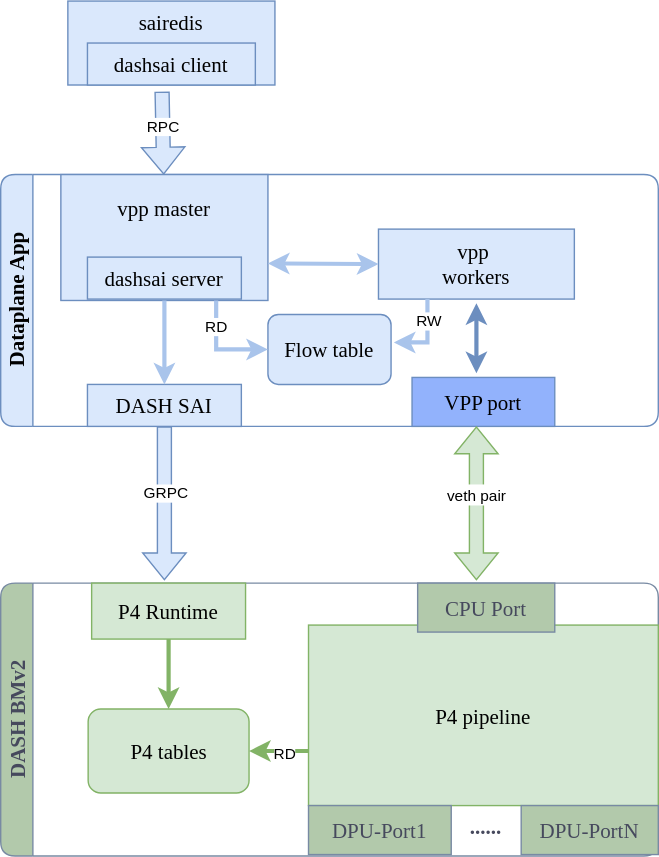
This is documentation/dataplane/images/dash-bmv2-data-plane-app-arch.drawio.svg from sonic-net/DASH, a draw.io export, as it was before one commit. Source tidied: cells renumbered, new cells last; positions are measured from the earlier drawing's top-left corner, leaving out a move shared by most shapes. Source of this version:
```xml
<mxGraphModel>
  <root>
    <mxCell id="0" />
    <mxCell id="1" parent="0" />
    <mxCell id="2" value="DASH BMv2" style="swimlane;horizontal=0;whiteSpace=wrap;html=1;rounded=1;labelBorderColor=none;strokeColor=#788AA3;fontFamily=Consolas,Monaco;fontSize=15;fontColor=#46495D;startSize=23;fillColor=#B2C9AB;swimlaneFillColor=#FFFFFF;gradientColor=none;" parent="1" vertex="1">
      <mxGeometry y="416" width="470" height="195" as="geometry" />
    </mxCell>
    <mxCell id="3" value="P4 tables" style="text;html=1;align=center;verticalAlign=middle;whiteSpace=wrap;rounded=1;fillColor=#d5e8d4;strokeColor=#82b366;fontSize=15;fontFamily=Consolas,Monaco;spacingLeft=10;spacingRight=10;glass=0;shadow=0;" parent="2" vertex="1">
      <mxGeometry x="62.5" y="90" width="115" height="60" as="geometry" />
    </mxCell>
    <mxCell id="4" value="P4 pipeline" style="text;html=1;align=center;verticalAlign=middle;whiteSpace=wrap;rounded=0;fillColor=#d5e8d4;strokeColor=#82b366;fontSize=15;fontFamily=Consolas,Monaco;spacingLeft=10;spacingRight=10;" parent="2" vertex="1">
      <mxGeometry x="220" y="30" width="250" height="129" as="geometry" />
    </mxCell>
    <mxCell id="5" value="P4 Runtime" style="text;html=1;align=center;verticalAlign=middle;whiteSpace=wrap;rounded=0;fillColor=#d5e8d4;strokeColor=#82b366;fontSize=15;fontFamily=Consolas,Monaco;spacingLeft=10;spacingRight=10;" parent="2" vertex="1">
      <mxGeometry x="65" width="110" height="40" as="geometry" />
    </mxCell>
    <mxCell id="6" value="DPU-Port1" style="rounded=0;whiteSpace=wrap;html=1;strokeColor=#788AA3;fontFamily=Consolas,Monaco;fontSize=15;fontColor=#46495D;startSize=23;fillColor=#B2C9AB;" parent="2" vertex="1">
      <mxGeometry x="220" y="159" width="102" height="35" as="geometry" />
    </mxCell>
    <mxCell id="7" value="DPU-PortN" style="rounded=0;whiteSpace=wrap;html=1;strokeColor=#788AA3;fontFamily=Consolas,Monaco;fontSize=15;fontColor=#46495D;startSize=23;fillColor=#B2C9AB;" parent="2" vertex="1">
      <mxGeometry x="372" y="159" width="98" height="35" as="geometry" />
    </mxCell>
    <mxCell id="8" value="......" style="text;html=1;strokeColor=none;fillColor=none;align=center;verticalAlign=middle;whiteSpace=wrap;rounded=0;fontSize=15;fontFamily=Consolas,Monaco;fontColor=#46495D;fontStyle=1;" parent="2" vertex="1">
      <mxGeometry x="317" y="159" width="60" height="30" as="geometry" />
    </mxCell>
    <mxCell id="9" value="CPU Port" style="rounded=0;whiteSpace=wrap;html=1;strokeColor=#788AA3;fontFamily=Consolas,Monaco;fontSize=15;fontColor=#46495D;startSize=23;fillColor=#B2C9AB;" parent="2" vertex="1">
      <mxGeometry x="298" width="98" height="35" as="geometry" />
    </mxCell>
    <mxCell id="10" style="endArrow=classic;html=1;rounded=0;strokeColor=#82b366;fontFamily=Consolas,Monaco;fontSize=15;fontColor=#46495D;fillColor=#d5e8d4;strokeWidth=3;labelBackgroundColor=#FFFFFF;startArrow=none;startFill=0;exitX=0.5;exitY=1;exitDx=0;exitDy=0;entryX=0.5;entryY=0;entryDx=0;entryDy=0;" parent="2" edge="1" source="5" target="3">
      <mxGeometry x="0.02" relative="1" as="geometry" />
    </mxCell>
    <mxCell id="11" style="endArrow=none;html=1;rounded=0;strokeColor=#82b366;fontFamily=Consolas,Monaco;fontSize=15;fontColor=#46495D;fillColor=#d5e8d4;strokeWidth=3;labelBackgroundColor=#FFFFFF;startArrow=classic;startFill=1;exitX=1;exitY=0.5;exitDx=0;exitDy=0;endFill=0;" parent="2" edge="1" source="3">
      <mxGeometry x="0.02" relative="1" as="geometry">
        <mxPoint x="220" y="120" as="targetPoint" />
      </mxGeometry>
    </mxCell>
    <mxCell id="12" value="RD" style="edgeLabel;html=1;align=center;verticalAlign=middle;" parent="11" vertex="1">
      <mxGeometry x="0.15" y="-1" relative="1" as="geometry">
        <mxPoint x="1" as="offset" />
      </mxGeometry>
    </mxCell>
    <mxCell id="13" value="&lt;div&gt;&lt;br&gt;&lt;/div&gt;&lt;div&gt;&lt;br&gt;&lt;/div&gt;" style="edgeLabel;html=1;align=center;verticalAlign=middle;" parent="11" vertex="1">
      <mxGeometry x="0.01" y="2" relative="1" as="geometry" />
    </mxCell>
    <mxCell id="14" value="Dataplane App" style="swimlane;horizontal=0;whiteSpace=wrap;html=1;rounded=1;labelBorderColor=none;strokeColor=#6c8ebf;fontFamily=Consolas,Monaco;fontSize=15;startSize=23;fillColor=#dae8fc;swimlaneFillColor=#FFFFFF;" parent="1" vertex="1">
      <mxGeometry y="124" width="470" height="180" as="geometry" />
    </mxCell>
    <mxCell id="15" value="VPP port" style="rounded=0;whiteSpace=wrap;html=1;strokeColor=#6c8ebf;fontFamily=Consolas,Monaco;fontSize=15;startSize=23;fillColor=#92B2FC;" parent="14" vertex="1">
      <mxGeometry x="294" y="145" width="102" height="35" as="geometry" />
    </mxCell>
    <mxCell id="16" style="text;html=1;align=center;verticalAlign=middle;whiteSpace=wrap;rounded=0;fillColor=#dae8fc;strokeColor=#6c8ebf;fontSize=15;fontFamily=Consolas,Monaco;spacingLeft=10;spacingRight=10;" parent="14" vertex="1">
      <mxGeometry x="43" width="148" height="90" as="geometry" />
    </mxCell>
    <mxCell id="17" value="vpp&amp;nbsp;&lt;div&gt;workers&lt;/div&gt;" style="text;html=1;align=center;verticalAlign=middle;whiteSpace=wrap;rounded=0;fillColor=#dae8fc;strokeColor=#6c8ebf;fontSize=15;fontFamily=Consolas,Monaco;spacingLeft=10;spacingRight=10;" parent="14" vertex="1">
      <mxGeometry x="270" y="39" width="140" height="50" as="geometry" />
    </mxCell>
    <mxCell id="18" style="endArrow=classic;html=1;rounded=0;strokeColor=#6c8ebf;fontFamily=Consolas,Monaco;fontSize=15;fontColor=#46495D;fillColor=#dae8fc;strokeWidth=3;labelBackgroundColor=#FFFFFF;startArrow=classic;startFill=1;endFill=1;" parent="14" edge="1">
      <mxGeometry x="0.02" relative="1" as="geometry">
        <mxPoint x="340" y="92" as="sourcePoint" />
        <mxPoint x="340" y="142" as="targetPoint" />
      </mxGeometry>
    </mxCell>
    <mxCell id="19" style="endArrow=classic;html=1;rounded=0;strokeColor=#A9C4EB;fontFamily=Consolas,Monaco;fontSize=15;fontColor=#46495D;fillColor=#dae8fc;strokeWidth=3;labelBackgroundColor=#FFFFFF;startArrow=classic;startFill=1;endFill=1;" parent="14" edge="1">
      <mxGeometry x="0.02" relative="1" as="geometry">
        <mxPoint x="270" y="64" as="sourcePoint" />
        <mxPoint x="191" y="63.5" as="targetPoint" />
      </mxGeometry>
    </mxCell>
    <mxCell id="20" value="Flow table" style="text;html=1;align=center;verticalAlign=middle;whiteSpace=wrap;rounded=1;fillColor=#dae8fc;strokeColor=#6c8ebf;fontSize=15;fontFamily=Consolas,Monaco;spacingLeft=10;spacingRight=10;glass=0;shadow=0;" parent="14" vertex="1">
      <mxGeometry x="191" y="100" width="88" height="50" as="geometry" />
    </mxCell>
    <mxCell id="21" style="endArrow=classic;html=1;rounded=0;strokeColor=#A9C4EB;fontFamily=Consolas,Monaco;fontSize=15;fontColor=#46495D;fillColor=#dae8fc;strokeWidth=3;labelBackgroundColor=#FFFFFF;startArrow=none;startFill=0;endFill=1;exitX=0.75;exitY=1;exitDx=0;exitDy=0;entryX=0;entryY=0.5;entryDx=0;entryDy=0;" parent="14" edge="1" source="16" target="20">
      <mxGeometry x="0.02" relative="1" as="geometry">
        <Array as="points">
          <mxPoint x="154" y="125" />
        </Array>
      </mxGeometry>
    </mxCell>
    <mxCell id="22" value="RD" style="edgeLabel;html=1;align=center;verticalAlign=middle;" parent="21" vertex="1">
      <mxGeometry x="-0.5" y="-1" relative="1" as="geometry" />
    </mxCell>
    <mxCell id="23" value="DASH SAI" style="text;html=1;align=center;verticalAlign=middle;whiteSpace=wrap;rounded=0;fillColor=#dae8fc;strokeColor=#6c8ebf;fontSize=15;fontFamily=Consolas,Monaco;spacingLeft=10;spacingRight=10;" parent="14" vertex="1">
      <mxGeometry x="62" y="150" width="110" height="30" as="geometry" />
    </mxCell>
    <mxCell id="24" style="endArrow=classic;html=1;rounded=0;strokeColor=#A9C4EB;fontFamily=Consolas,Monaco;fontSize=15;fontColor=#46495D;fillColor=#dae8fc;strokeWidth=3;labelBackgroundColor=#FFFFFF;startArrow=none;startFill=0;endFill=1;entryX=0.5;entryY=0;entryDx=0;entryDy=0;exitX=0.5;exitY=1;exitDx=0;exitDy=0;" parent="14" edge="1" source="16" target="23">
      <mxGeometry x="0.02" relative="1" as="geometry" />
    </mxCell>
    <mxCell id="25" value="&lt;font face=&quot;Consolas, Monaco&quot; style=&quot;font-size: 15px;&quot;&gt;vpp master&lt;/font&gt;" style="text;html=1;align=center;verticalAlign=middle;whiteSpace=wrap;rounded=0;" parent="14" vertex="1">
      <mxGeometry x="62" y="9" width="110" height="30" as="geometry" />
    </mxCell>
    <mxCell id="26" value="dashsai server" style="text;html=1;align=center;verticalAlign=middle;whiteSpace=wrap;rounded=0;fillColor=#dae8fc;strokeColor=#6c8ebf;fontSize=15;fontFamily=Consolas,Monaco;spacingLeft=10;spacingRight=10;" parent="14" vertex="1">
      <mxGeometry x="62" y="59" width="110" height="30" as="geometry" />
    </mxCell>
    <mxCell id="27" style="shape=flexArrow;endArrow=classic;startArrow=none;html=1;rounded=0;fillColor=#dae8fc;strokeColor=#6c8ebf;startFill=0;exitX=0.5;exitY=1;exitDx=0;exitDy=0;" parent="1" edge="1" source="23">
      <mxGeometry relative="1" as="geometry">
        <mxPoint x="117" y="414" as="targetPoint" />
      </mxGeometry>
    </mxCell>
    <mxCell id="28" value="GRPC" style="edgeLabel;html=1;align=center;verticalAlign=middle;" parent="27" vertex="1">
      <mxGeometry x="-0.15" relative="1" as="geometry" />
    </mxCell>
    <mxCell id="29" style="shape=flexArrow;endArrow=classic;startArrow=classic;html=1;rounded=0;entryX=0.5;entryY=0;entryDx=0;entryDy=0;fillColor=#d5e8d4;strokeColor=#82b366;" parent="1" edge="1">
      <mxGeometry relative="1" as="geometry">
        <mxPoint x="340" y="304" as="sourcePoint" />
        <mxPoint x="340" y="414" as="targetPoint" />
      </mxGeometry>
    </mxCell>
    <mxCell id="30" value="GRPC" style="edgeLabel;html=1;align=center;verticalAlign=middle;" parent="29" vertex="1">
      <mxGeometry x="-0.15" relative="1" as="geometry" />
    </mxCell>
    <mxCell id="31" value="veth pair" style="edgeLabel;html=1;align=center;verticalAlign=middle;" parent="29" vertex="1">
      <mxGeometry x="-0.12" y="-1" relative="1" as="geometry" />
    </mxCell>
    <mxCell id="32" style="shape=flexArrow;endArrow=classic;startArrow=none;html=1;rounded=0;entryX=0.5;entryY=0;entryDx=0;entryDy=0;fillColor=#dae8fc;strokeColor=#6c8ebf;startFill=0;exitX=0.455;exitY=1.078;exitDx=0;exitDy=0;exitPerimeter=0;" parent="1" edge="1" source="34">
      <mxGeometry relative="1" as="geometry">
        <mxPoint x="116.5" y="124" as="targetPoint" />
      </mxGeometry>
    </mxCell>
    <mxCell id="33" value="RPC" style="edgeLabel;html=1;align=center;verticalAlign=middle;" parent="32" vertex="1">
      <mxGeometry x="-0.15" relative="1" as="geometry" />
    </mxCell>
    <mxCell id="34" style="text;html=1;align=center;verticalAlign=middle;whiteSpace=wrap;rounded=0;fillColor=#dae8fc;strokeColor=#6c8ebf;fontSize=15;fontFamily=Consolas,Monaco;spacingLeft=10;spacingRight=10;" parent="1" vertex="1">
      <mxGeometry x="48" width="148" height="60" as="geometry" />
    </mxCell>
    <mxCell id="35" style="endArrow=classic;html=1;rounded=0;strokeColor=#A9C4EB;fontFamily=Consolas,Monaco;fontSize=15;fontColor=#46495D;fillColor=#dae8fc;strokeWidth=3;labelBackgroundColor=#FFFFFF;startArrow=none;startFill=0;endFill=1;exitX=0.25;exitY=1;exitDx=0;exitDy=0;" parent="1" edge="1" source="17">
      <mxGeometry x="0.02" relative="1" as="geometry">
        <mxPoint x="281" y="244" as="targetPoint" />
        <Array as="points">
          <mxPoint x="305" y="244" />
        </Array>
      </mxGeometry>
    </mxCell>
    <mxCell id="36" value="RW" style="edgeLabel;html=1;align=center;verticalAlign=middle;" parent="35" vertex="1">
      <mxGeometry x="-0.45" relative="1" as="geometry" />
    </mxCell>
    <mxCell id="37" value="&lt;font face=&quot;Consolas, Monaco&quot; style=&quot;font-size: 15px;&quot;&gt;sairedis&lt;/font&gt;" style="text;html=1;align=center;verticalAlign=middle;whiteSpace=wrap;rounded=0;" parent="1" vertex="1">
      <mxGeometry x="67" width="110" height="30" as="geometry" />
    </mxCell>
    <mxCell id="38" value="dashsai client" style="text;html=1;align=center;verticalAlign=middle;whiteSpace=wrap;rounded=0;fillColor=#dae8fc;strokeColor=#6c8ebf;fontSize=15;fontFamily=Consolas,Monaco;spacingLeft=10;spacingRight=10;" parent="1" vertex="1">
      <mxGeometry x="62" y="30" width="120" height="30" as="geometry" />
    </mxCell>
  </root>
</mxGraphModel>
```
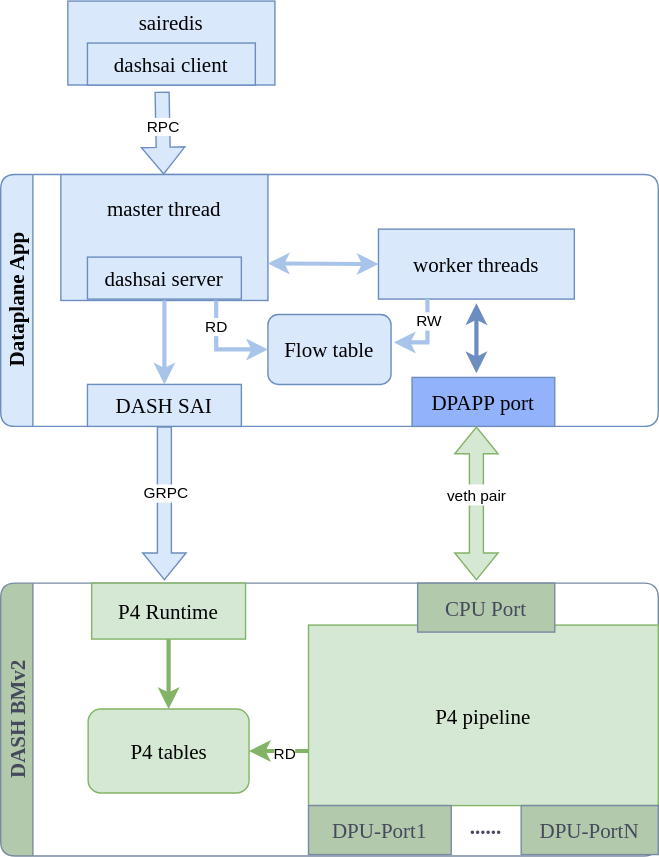
Later version of the same file.

What changed in the source:
```diff
@@ -45,13 +45,13 @@
     <mxCell id="14" value="Dataplane App" style="swimlane;horizontal=0;whiteSpace=wrap;html=1;rounded=1;labelBorderColor=none;strokeColor=#6c8ebf;fontFamily=Consolas,Monaco;fontSize=15;startSize=23;fillColor=#dae8fc;swimlaneFillColor=#FFFFFF;" parent="1" vertex="1">
       <mxGeometry y="124" width="470" height="180" as="geometry" />
     </mxCell>
-    <mxCell id="15" value="VPP port" style="rounded=0;whiteSpace=wrap;html=1;strokeColor=#6c8ebf;fontFamily=Consolas,Monaco;fontSize=15;startSize=23;fillColor=#92B2FC;" parent="14" vertex="1">
+    <mxCell id="15" value="DPAPP&amp;nbsp;port" style="rounded=0;whiteSpace=wrap;html=1;strokeColor=#6c8ebf;fontFamily=Consolas,Monaco;fontSize=15;startSize=23;fillColor=#92B2FC;" parent="14" vertex="1">
       <mxGeometry x="294" y="145" width="102" height="35" as="geometry" />
     </mxCell>
     <mxCell id="16" style="text;html=1;align=center;verticalAlign=middle;whiteSpace=wrap;rounded=0;fillColor=#dae8fc;strokeColor=#6c8ebf;fontSize=15;fontFamily=Consolas,Monaco;spacingLeft=10;spacingRight=10;" parent="14" vertex="1">
       <mxGeometry x="43" width="148" height="90" as="geometry" />
     </mxCell>
-    <mxCell id="17" value="vpp&amp;nbsp;&lt;div&gt;workers&lt;/div&gt;" style="text;html=1;align=center;verticalAlign=middle;whiteSpace=wrap;rounded=0;fillColor=#dae8fc;strokeColor=#6c8ebf;fontSize=15;fontFamily=Consolas,Monaco;spacingLeft=10;spacingRight=10;" parent="14" vertex="1">
+    <mxCell id="17" value="&lt;span style=&quot;background-color: initial;&quot;&gt;worker threads&lt;/span&gt;" style="text;html=1;align=center;verticalAlign=middle;whiteSpace=wrap;rounded=0;fillColor=#dae8fc;strokeColor=#6c8ebf;fontSize=15;fontFamily=Consolas,Monaco;spacingLeft=10;spacingRight=10;" parent="14" vertex="1">
       <mxGeometry x="270" y="39" width="140" height="50" as="geometry" />
     </mxCell>
     <mxCell id="18" style="endArrow=classic;html=1;rounded=0;strokeColor=#6c8ebf;fontFamily=Consolas,Monaco;fontSize=15;fontColor=#46495D;fillColor=#dae8fc;strokeWidth=3;labelBackgroundColor=#FFFFFF;startArrow=classic;startFill=1;endFill=1;" parent="14" edge="1">
@@ -85,7 +85,7 @@
     <mxCell id="24" style="endArrow=classic;html=1;rounded=0;strokeColor=#A9C4EB;fontFamily=Consolas,Monaco;fontSize=15;fontColor=#46495D;fillColor=#dae8fc;strokeWidth=3;labelBackgroundColor=#FFFFFF;startArrow=none;startFill=0;endFill=1;entryX=0.5;entryY=0;entryDx=0;entryDy=0;exitX=0.5;exitY=1;exitDx=0;exitDy=0;" parent="14" edge="1" source="16" target="23">
       <mxGeometry x="0.02" relative="1" as="geometry" />
     </mxCell>
-    <mxCell id="25" value="&lt;font face=&quot;Consolas, Monaco&quot; style=&quot;font-size: 15px;&quot;&gt;vpp master&lt;/font&gt;" style="text;html=1;align=center;verticalAlign=middle;whiteSpace=wrap;rounded=0;" parent="14" vertex="1">
+    <mxCell id="25" value="&lt;font face=&quot;Consolas, Monaco&quot; style=&quot;font-size: 15px;&quot;&gt;master thread&lt;/font&gt;" style="text;html=1;align=center;verticalAlign=middle;whiteSpace=wrap;rounded=0;" parent="14" vertex="1">
       <mxGeometry x="62" y="9" width="110" height="30" as="geometry" />
     </mxCell>
     <mxCell id="26" value="dashsai server" style="text;html=1;align=center;verticalAlign=middle;whiteSpace=wrap;rounded=0;fillColor=#dae8fc;strokeColor=#6c8ebf;fontSize=15;fontFamily=Consolas,Monaco;spacingLeft=10;spacingRight=10;" parent="14" vertex="1">
```
